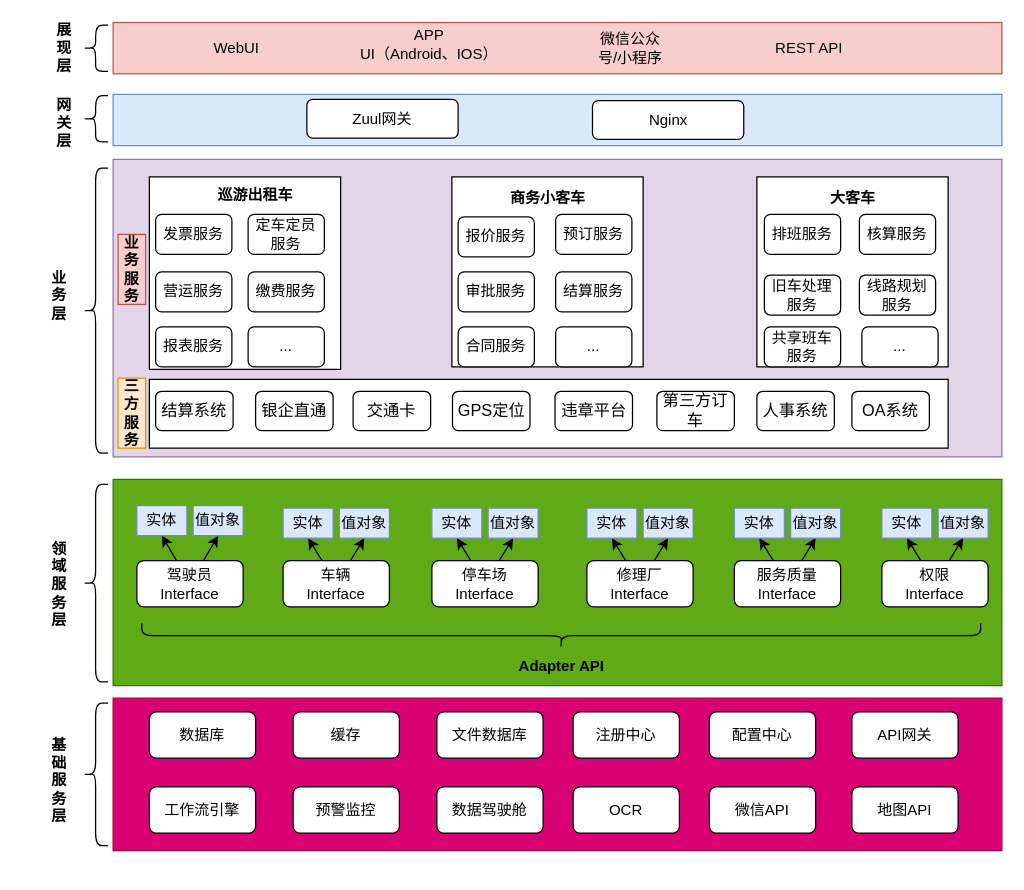
Before: 汽车公司-应用架构.drawio in ammengke/my-drawio, a draw.io diagram. Source tidied: cells renumbered, new cells numbered last; positions are measured from the earlier drawing's top-left corner, leaving out a move shared by most shapes. Both pictures are drawn from the tidied source at 125%, with x=0, y=0 at pixel (21, 21).
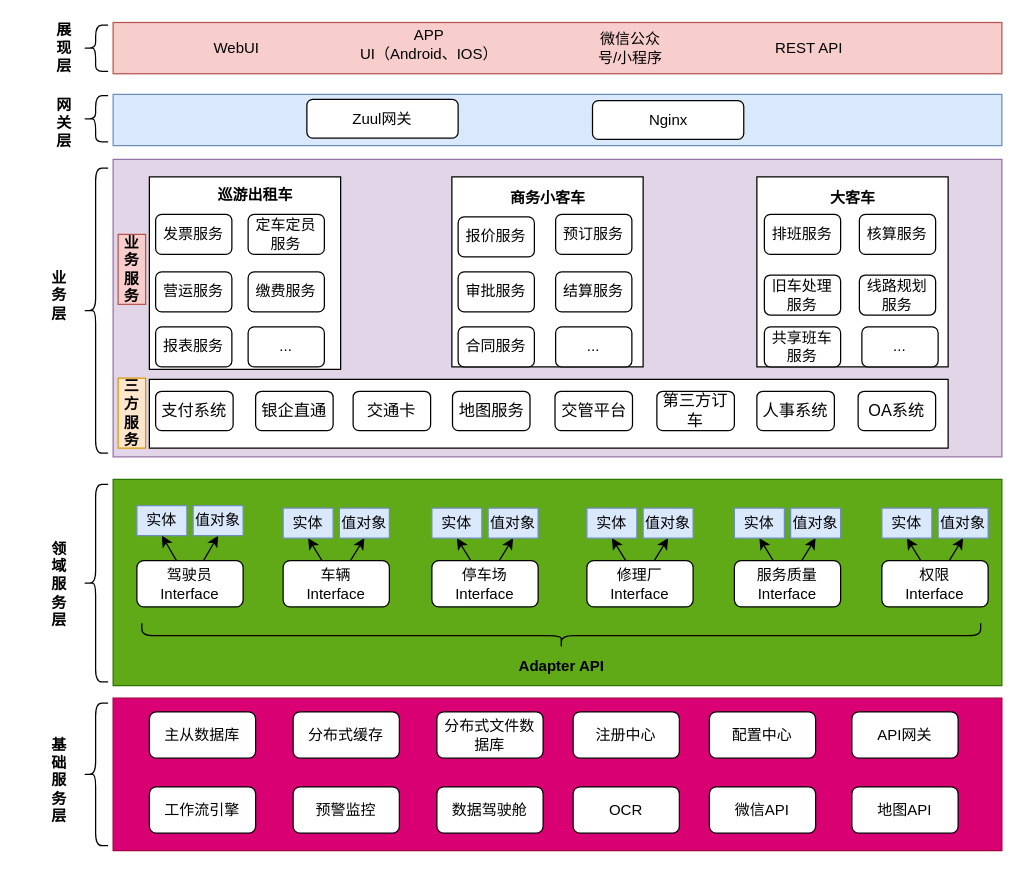
Above is the later version.

Commit message:
Update 汽车公司-应用架构.drawio

Change to the diagram source:
```diff
@@
-    <mxCell id="5" value="数据库" style="rounded=1;whiteSpace=wrap;html=1;" parent="1" vertex="1">
+    <mxCell id="5" value="主从数据库" style="rounded=1;whiteSpace=wrap;html=1;" parent="1" vertex="1">
       <mxGeometry x="102" y="552" width="85" height="37" as="geometry" />
     </mxCell>
@@
-    <mxCell id="7" value="缓存" style="rounded=1;whiteSpace=wrap;html=1;" parent="1" vertex="1">
+    <mxCell id="7" value="分布式缓存" style="rounded=1;whiteSpace=wrap;html=1;" parent="1" vertex="1">
       <mxGeometry x="217" y="552" width="85" height="37" as="geometry" />
     </mxCell>
-    <mxCell id="8" value="文件数据库" style="rounded=1;whiteSpace=wrap;html=1;" parent="1" vertex="1">
+    <mxCell id="8" value="分布式文件数据库" style="rounded=1;whiteSpace=wrap;html=1;" parent="1" vertex="1">
       <mxGeometry x="332" y="552" width="85" height="37" as="geometry" />
     </mxCell>
@@
-    <mxCell id="80" value="结算系统" style="rounded=1;whiteSpace=wrap;html=1;fontSize=13;" parent="1" vertex="1">
+    <mxCell id="80" value="支付系统" style="rounded=1;whiteSpace=wrap;html=1;fontSize=13;" parent="1" vertex="1">
       <mxGeometry x="107" y="295.5" width="62" height="31.5" as="geometry" />
     </mxCell>
@@
-    <mxCell id="83" value="GPS定位" style="rounded=1;whiteSpace=wrap;html=1;fontSize=13;" parent="1" vertex="1">
+    <mxCell id="83" value="地图服务" style="rounded=1;whiteSpace=wrap;html=1;fontSize=13;" parent="1" vertex="1">
       <mxGeometry x="344.5" y="295.5" width="62" height="31.5" as="geometry" />
     </mxCell>
-    <mxCell id="84" value="违章平台" style="rounded=1;whiteSpace=wrap;html=1;fontSize=13;" parent="1" vertex="1">
+    <mxCell id="84" value="交管平台" style="rounded=1;whiteSpace=wrap;html=1;fontSize=13;" parent="1" vertex="1">
       <mxGeometry x="426.5" y="295.5" width="62" height="31.5" as="geometry" />
     </mxCell>
@@
-    <mxCell id="87" value="OA系统" style="rounded=1;whiteSpace=wrap;html=1;fontSize=13;" parent="1" vertex="1">
-      <mxGeometry x="664" y="295.5" width="62" height="31.5" as="geometry" />
-    </mxCell>
@@
+    <mxCell id="87" value="OA系统" style="rounded=1;whiteSpace=wrap;html=1;fontSize=13;" parent="1" vertex="1">
+      <mxGeometry x="669" y="295.5" width="62" height="31.5" as="geometry" />
+    </mxCell>
```
